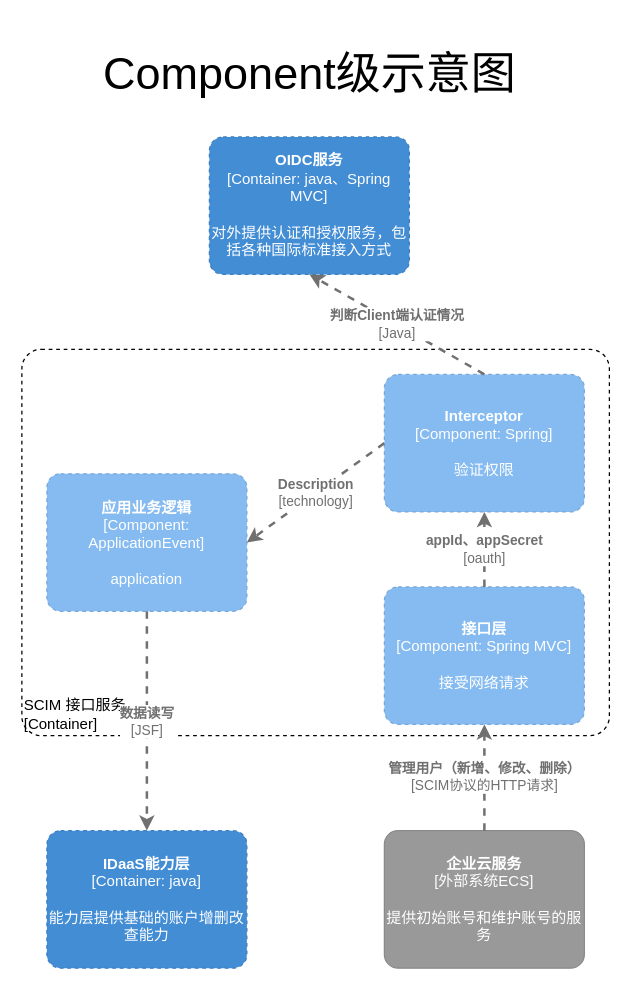
MainListActivity/test keeps this draw.io diagram as page "SCIM服务" (3 of 3) of 账户同步.drawio. Above is the earlier version. Source tidied: cells renumbered, new cells numbered last; positions are measured from the earlier drawing's top-left corner, leaving out a move shared by most shapes. Both pictures are drawn from the tidied source at 125%, with x=0, y=0 at pixel (21, 21).
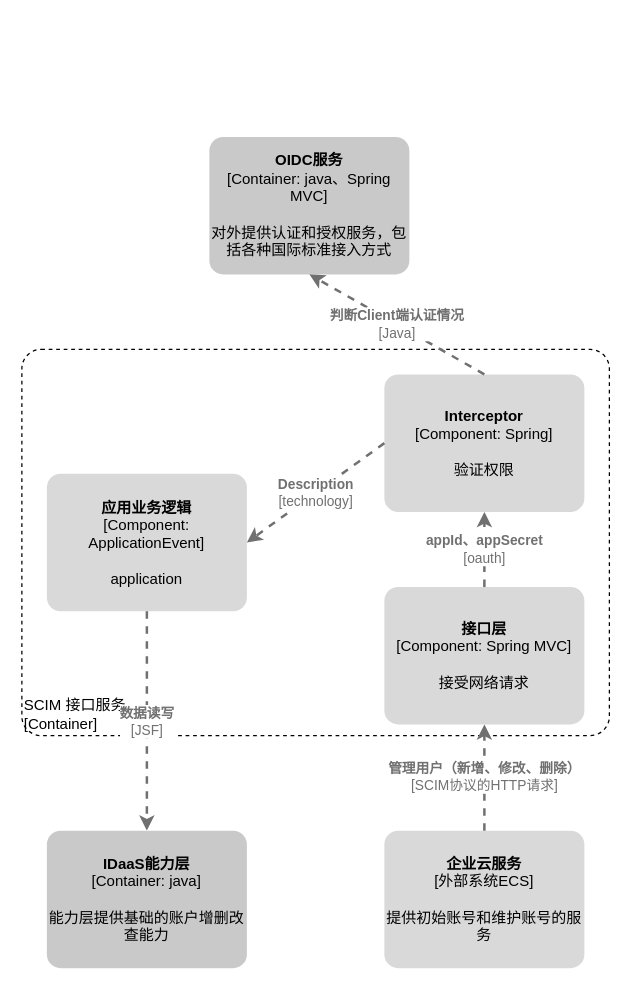
The same diagram, later.

Diff of the diagram source:
```diff
@@
     <object id="2" label="&lt;div style=&quot;text-align: left&quot;&gt;%c4Name%&lt;/div&gt;&lt;div style=&quot;text-align: left&quot;&gt;[%c4Application%]&lt;/div&gt;" c4Application="Container" c4Name="SCIM 接口服务" placeholders="1">
-      <mxCell style="rounded=1;whiteSpace=wrap;html=1;labelBackgroundColor=none;fontColor=#000000;align=left;arcSize=5;strokeColor=#000000;verticalAlign=bottom;metaData={&quot;c4Type&quot;:{&quot;editable&quot;:false}};glass=0;dashed=1;sketch=0;fillColor=none;" parent="1" vertex="1">
+      <mxCell style="rounded=1;whiteSpace=wrap;html=1;labelBackgroundColor=none;fontColor=#000000;align=left;arcSize=5;strokeColor=#000000;verticalAlign=bottom;metaData={&quot;c4Type&quot;:{&quot;editable&quot;:false}};glass=0;dashed=1;sketch=0;fillColor=none;fontFamily=京东朗正体;" parent="1" vertex="1">
         <mxGeometry y="262" width="470" height="309" as="geometry" />
       </mxCell>
     </object>
     <object id="3" label="&lt;b&gt;%c4Name%&lt;/b&gt;&lt;div&gt;[%c4Type%]&lt;/div&gt;&lt;br&gt;&lt;div&gt;%c4Description%&lt;/div&gt;" c4Description="提供初始账号和维护账号的服务" c4Name="企业云服务" c4Type="外部系统ECS" placeholders="1">
-      <mxCell style="rounded=1;whiteSpace=wrap;html=1;labelBackgroundColor=none;fillColor=#999999;fontColor=#ffffff;align=center;arcSize=10;strokeColor=#8A8A8A;metaData={&quot;c4Type&quot;:{&quot;editable&quot;:false}};points=[[0.25,0,0],[0.5,0,0],[0.75,0,0],[1,0.25,0],[1,0.5,0],[1,0.75,0],[0.75,1,0],[0.5,1,0],[0.25,1,0],[0,0.75,0],[0,0.5,0],[0,0.25,0]];" parent="1" vertex="1">
+      <mxCell style="rounded=1;whiteSpace=wrap;html=1;labelBackgroundColor=none;fillColor=#D9D9D9;fontColor=#000000;align=center;arcSize=10;strokeColor=none;metaData={&quot;c4Type&quot;:{&quot;editable&quot;:false}};points=[[0.25,0,0],[0.5,0,0],[0.75,0,0],[1,0.25,0],[1,0.5,0],[1,0.75,0],[0.75,1,0],[0.5,1,0],[0.25,1,0],[0,0.75,0],[0,0.5,0],[0,0.25,0]];fontFamily=京东朗正体;" parent="1" vertex="1">
         <mxGeometry x="290" y="647" width="160" height="110" as="geometry" />
       </mxCell>
     </object>
     <object id="4" label="&lt;b&gt;%c4Name%&lt;/b&gt;&lt;div&gt;[%c4Type%: %c4Technology%]&lt;/div&gt;&lt;br&gt;&lt;div&gt;%c4Description%&lt;/div&gt;" c4Description="对外提供认证和授权服务，包括各种国际标准接入方式" c4Name="OIDC服务" c4Technology="java、Spring MVC" c4Type="Container" placeholders="1">
-      <mxCell style="rounded=1;whiteSpace=wrap;html=1;labelBackgroundColor=none;fillColor=#438DD5;fontColor=#ffffff;align=center;arcSize=10;strokeColor=#3C7FC0;metaData={&quot;c4Type&quot;:{&quot;editable&quot;:false}};points=[[0.25,0,0],[0.5,0,0],[0.75,0,0],[1,0.25,0],[1,0.5,0],[1,0.75,0],[0.75,1,0],[0.5,1,0],[0.25,1,0],[0,0.75,0],[0,0.5,0],[0,0.25,0]];dashed=1;sketch=0;" parent="1" vertex="1">
+      <mxCell style="rounded=1;whiteSpace=wrap;html=1;labelBackgroundColor=none;fillColor=#C9C9C9;fontColor=#000000;align=center;arcSize=10;strokeColor=none;metaData={&quot;c4Type&quot;:{&quot;editable&quot;:false}};points=[[0.25,0,0],[0.5,0,0],[0.75,0,0],[1,0.25,0],[1,0.5,0],[1,0.75,0],[0.75,1,0],[0.5,1,0],[0.25,1,0],[0,0.75,0],[0,0.5,0],[0,0.25,0]];dashed=1;sketch=0;fontFamily=京东朗正体;" parent="1" vertex="1">
         <mxGeometry x="150" y="92" width="160" height="110" as="geometry" />
       </mxCell>
     </object>
     <object id="5" label="&lt;b&gt;%c4Name%&lt;/b&gt;&lt;div&gt;[%c4Type%: %c4Technology%]&lt;/div&gt;&lt;br&gt;&lt;div&gt;%c4Description%&lt;/div&gt;" c4Description="接受网络请求" c4Name="接口层" c4Technology="Spring MVC" c4Type="Component" placeholders="1">
-      <mxCell style="rounded=1;whiteSpace=wrap;html=1;labelBackgroundColor=none;fillColor=#85BBF0;fontColor=#ffffff;align=center;arcSize=10;strokeColor=#78A8D8;metaData={&quot;c4Type&quot;:{&quot;editable&quot;:false}};points=[[0.25,0,0],[0.5,0,0],[0.75,0,0],[1,0.25,0],[1,0.5,0],[1,0.75,0],[0.75,1,0],[0.5,1,0],[0.25,1,0],[0,0.75,0],[0,0.5,0],[0,0.25,0]];glass=0;dashed=1;sketch=0;" parent="1" vertex="1">
+      <mxCell style="rounded=1;whiteSpace=wrap;html=1;labelBackgroundColor=none;fillColor=#D9D9D9;fontColor=#000000;align=center;arcSize=10;strokeColor=none;metaData={&quot;c4Type&quot;:{&quot;editable&quot;:false}};points=[[0.25,0,0],[0.5,0,0],[0.75,0,0],[1,0.25,0],[1,0.5,0],[1,0.75,0],[0.75,1,0],[0.5,1,0],[0.25,1,0],[0,0.75,0],[0,0.5,0],[0,0.25,0]];glass=0;dashed=1;sketch=0;fontFamily=京东朗正体;" parent="1" vertex="1">
         <mxGeometry x="290" y="452" width="160" height="110" as="geometry" />
       </mxCell>
     </object>
     <object id="6" label="&lt;div style=&quot;text-align: left&quot;&gt;&lt;div style=&quot;text-align: center&quot;&gt;&lt;b&gt;%c4Description%&lt;/b&gt;&lt;/div&gt;&lt;div style=&quot;text-align: center&quot;&gt;[%c4Technology%]&lt;/div&gt;&lt;/div&gt;" c4Description="管理用户（新增、修改、删除）" c4Technology="SCIM协议的HTTP请求" placeholders="1">
-      <mxCell style="edgeStyle=none;rounded=0;html=1;entryX=0.5;entryY=1;jettySize=auto;strokeColor=#707070;strokeWidth=2;fontColor=#707070;jumpStyle=none;dashed=1;metaData={&quot;c4Type&quot;:{&quot;editable&quot;:false}};exitX=0.5;exitY=0;exitDx=0;exitDy=0;exitPerimeter=0;entryDx=0;entryDy=0;entryPerimeter=0;" parent="1" edge="1" source="3" target="5">
+      <mxCell style="edgeStyle=none;rounded=0;html=1;entryX=0.5;entryY=1;jettySize=auto;strokeColor=#707070;strokeWidth=2;fontColor=#707070;jumpStyle=none;dashed=1;metaData={&quot;c4Type&quot;:{&quot;editable&quot;:false}};exitX=0.5;exitY=0;exitDx=0;exitDy=0;exitPerimeter=0;entryDx=0;entryDy=0;entryPerimeter=0;fontFamily=京东朗正体;" parent="1" edge="1" source="3" target="5">
         <mxGeometry relative="1" as="geometry" />
       </mxCell>
     </object>
     <object id="7" label="&lt;b&gt;%c4Name%&lt;/b&gt;&lt;div&gt;[%c4Type%: %c4Technology%]&lt;/div&gt;&lt;br&gt;&lt;div&gt;%c4Description%&lt;/div&gt;" c4Description="验证权限" c4Name="Interceptor" c4Technology="Spring" c4Type="Component" placeholders="1">
-      <mxCell style="rounded=1;whiteSpace=wrap;html=1;labelBackgroundColor=none;fillColor=#85BBF0;fontColor=#ffffff;align=center;arcSize=10;strokeColor=#78A8D8;metaData={&quot;c4Type&quot;:{&quot;editable&quot;:false}};points=[[0.25,0,0],[0.5,0,0],[0.75,0,0],[1,0.25,0],[1,0.5,0],[1,0.75,0],[0.75,1,0],[0.5,1,0],[0.25,1,0],[0,0.75,0],[0,0.5,0],[0,0.25,0]];glass=0;dashed=1;sketch=0;" parent="1" vertex="1">
+      <mxCell style="rounded=1;whiteSpace=wrap;html=1;labelBackgroundColor=none;fillColor=#D9D9D9;fontColor=#000000;align=center;arcSize=10;strokeColor=none;metaData={&quot;c4Type&quot;:{&quot;editable&quot;:false}};points=[[0.25,0,0],[0.5,0,0],[0.75,0,0],[1,0.25,0],[1,0.5,0],[1,0.75,0],[0.75,1,0],[0.5,1,0],[0.25,1,0],[0,0.75,0],[0,0.5,0],[0,0.25,0]];glass=0;dashed=1;sketch=0;fontFamily=京东朗正体;" parent="1" vertex="1">
         <mxGeometry x="290" y="282" width="160" height="110" as="geometry" />
       </mxCell>
     </object>
     <object id="8" label="&lt;div style=&quot;text-align: left&quot;&gt;&lt;div style=&quot;text-align: center&quot;&gt;&lt;b&gt;%c4Description%&lt;/b&gt;&lt;/div&gt;&lt;div style=&quot;text-align: center&quot;&gt;[%c4Technology%]&lt;/div&gt;&lt;/div&gt;" c4Description="appId、appSecret" c4Technology="oauth" placeholders="1">
-      <mxCell style="edgeStyle=none;rounded=0;html=1;entryX=0.5;entryY=1;jettySize=auto;strokeColor=#707070;strokeWidth=2;fontColor=#707070;jumpStyle=none;dashed=1;metaData={&quot;c4Type&quot;:{&quot;editable&quot;:false}};exitX=0.5;exitY=0;exitDx=0;exitDy=0;exitPerimeter=0;entryDx=0;entryDy=0;entryPerimeter=0;" parent="1" edge="1" source="5" target="7">
+      <mxCell style="edgeStyle=none;rounded=0;html=1;entryX=0.5;entryY=1;jettySize=auto;strokeColor=#707070;strokeWidth=2;fontColor=#707070;jumpStyle=none;dashed=1;metaData={&quot;c4Type&quot;:{&quot;editable&quot;:false}};exitX=0.5;exitY=0;exitDx=0;exitDy=0;exitPerimeter=0;entryDx=0;entryDy=0;entryPerimeter=0;fontFamily=京东朗正体;" parent="1" edge="1" source="5" target="7">
         <mxGeometry relative="1" as="geometry" />
       </mxCell>
     </object>
     <object id="9" label="&lt;div style=&quot;text-align: left&quot;&gt;&lt;div style=&quot;text-align: center&quot;&gt;&lt;b&gt;%c4Description%&lt;/b&gt;&lt;/div&gt;&lt;div style=&quot;text-align: center&quot;&gt;[%c4Technology%]&lt;/div&gt;&lt;/div&gt;" c4Description="判断Client端认证情况" c4Technology="Java" placeholders="1">
-      <mxCell style="edgeStyle=none;rounded=0;html=1;entryX=0.5;entryY=1;jettySize=auto;strokeColor=#707070;strokeWidth=2;fontColor=#707070;jumpStyle=none;dashed=1;metaData={&quot;c4Type&quot;:{&quot;editable&quot;:false}};exitX=0.5;exitY=0;exitDx=0;exitDy=0;exitPerimeter=0;entryDx=0;entryDy=0;entryPerimeter=0;" parent="1" edge="1" source="7" target="4">
+      <mxCell style="edgeStyle=none;rounded=0;html=1;entryX=0.5;entryY=1;jettySize=auto;strokeColor=#707070;strokeWidth=2;fontColor=#707070;jumpStyle=none;dashed=1;metaData={&quot;c4Type&quot;:{&quot;editable&quot;:false}};exitX=0.5;exitY=0;exitDx=0;exitDy=0;exitPerimeter=0;entryDx=0;entryDy=0;entryPerimeter=0;fontFamily=京东朗正体;" parent="1" edge="1" source="7" target="4">
         <mxGeometry relative="1" as="geometry" />
       </mxCell>
     </object>
     <object id="10" label="&lt;b&gt;%c4Name%&lt;/b&gt;&lt;div&gt;[%c4Type%: %c4Technology%]&lt;/div&gt;&lt;br&gt;&lt;div&gt;%c4Description%&lt;/div&gt;" c4Description="application" c4Name="应用业务逻辑" c4Technology="ApplicationEvent" c4Type="Component" placeholders="1">
-      <mxCell style="rounded=1;whiteSpace=wrap;html=1;labelBackgroundColor=none;fillColor=#85BBF0;fontColor=#ffffff;align=center;arcSize=10;strokeColor=#78A8D8;metaData={&quot;c4Type&quot;:{&quot;editable&quot;:false}};points=[[0.25,0,0],[0.5,0,0],[0.75,0,0],[1,0.25,0],[1,0.5,0],[1,0.75,0],[0.75,1,0],[0.5,1,0],[0.25,1,0],[0,0.75,0],[0,0.5,0],[0,0.25,0]];glass=0;dashed=1;sketch=0;" parent="1" vertex="1">
+      <mxCell style="rounded=1;whiteSpace=wrap;html=1;labelBackgroundColor=none;fillColor=#D9D9D9;fontColor=#000000;align=center;arcSize=10;strokeColor=none;metaData={&quot;c4Type&quot;:{&quot;editable&quot;:false}};points=[[0.25,0,0],[0.5,0,0],[0.75,0,0],[1,0.25,0],[1,0.5,0],[1,0.75,0],[0.75,1,0],[0.5,1,0],[0.25,1,0],[0,0.75,0],[0,0.5,0],[0,0.25,0]];glass=0;dashed=1;sketch=0;fontFamily=京东朗正体;" parent="1" vertex="1">
         <mxGeometry x="20" y="361.5" width="160" height="110" as="geometry" />
       </mxCell>
     </object>
     <object id="11" label="&lt;div style=&quot;text-align: left&quot;&gt;&lt;div style=&quot;text-align: center&quot;&gt;&lt;b&gt;%c4Description%&lt;/b&gt;&lt;/div&gt;&lt;div style=&quot;text-align: center&quot;&gt;[%c4Technology%]&lt;/div&gt;&lt;/div&gt;" c4Description="Description" c4Technology="technology" placeholders="1">
-      <mxCell style="edgeStyle=none;rounded=0;html=1;entryX=1;entryY=0.5;jettySize=auto;strokeColor=#707070;strokeWidth=2;fontColor=#707070;jumpStyle=none;dashed=1;metaData={&quot;c4Type&quot;:{&quot;editable&quot;:false}};exitX=0;exitY=0.5;exitDx=0;exitDy=0;exitPerimeter=0;entryDx=0;entryDy=0;entryPerimeter=0;" parent="1" edge="1" source="7" target="10">
+      <mxCell style="edgeStyle=none;rounded=0;html=1;entryX=1;entryY=0.5;jettySize=auto;strokeColor=#707070;strokeWidth=2;fontColor=#707070;jumpStyle=none;dashed=1;metaData={&quot;c4Type&quot;:{&quot;editable&quot;:false}};exitX=0;exitY=0.5;exitDx=0;exitDy=0;exitPerimeter=0;entryDx=0;entryDy=0;entryPerimeter=0;fontFamily=京东朗正体;" parent="1" edge="1" source="7" target="10">
         <mxGeometry relative="1" as="geometry" />
       </mxCell>
     </object>
     <object id="12" label="&lt;div style=&quot;text-align: left&quot;&gt;&lt;div style=&quot;text-align: center&quot;&gt;&lt;b&gt;%c4Description%&lt;/b&gt;&lt;/div&gt;&lt;div style=&quot;text-align: center&quot;&gt;[%c4Technology%]&lt;/div&gt;&lt;/div&gt;" c4Description="数据读写" c4Technology="JSF" placeholders="1">
-      <mxCell style="edgeStyle=none;rounded=0;html=1;jettySize=auto;strokeColor=#707070;strokeWidth=2;fontColor=#707070;jumpStyle=none;dashed=1;metaData={&quot;c4Type&quot;:{&quot;editable&quot;:false}};exitX=0.5;exitY=1;exitDx=0;exitDy=0;exitPerimeter=0;entryX=0.5;entryY=0;entryDx=0;entryDy=0;entryPerimeter=0;" parent="1" edge="1" source="10" target="14">
+      <mxCell style="edgeStyle=none;rounded=0;html=1;jettySize=auto;strokeColor=#707070;strokeWidth=2;fontColor=#707070;jumpStyle=none;dashed=1;metaData={&quot;c4Type&quot;:{&quot;editable&quot;:false}};exitX=0.5;exitY=1;exitDx=0;exitDy=0;exitPerimeter=0;entryX=0.5;entryY=0;entryDx=0;entryDy=0;entryPerimeter=0;fontFamily=京东朗正体;" parent="1" edge="1" source="10" target="14">
         <mxGeometry relative="1" as="geometry" />
       </mxCell>
     </object>
-    <mxCell id="13" value="Component级示意图" style="text;html=1;strokeColor=none;fillColor=none;align=center;verticalAlign=middle;whiteSpace=wrap;rounded=0;glass=0;dashed=1;sketch=0;fontSize=36;" parent="1" vertex="1">
-      <mxGeometry x="37.5" width="385" height="82" as="geometry" />
-    </mxCell>
     <object id="14" label="&lt;b&gt;%c4Name%&lt;/b&gt;&lt;div&gt;[%c4Type%: %c4Technology%]&lt;/div&gt;&lt;br&gt;&lt;div&gt;%c4Description%&lt;/div&gt;" c4Description="能力层提供基础的账户增删改查能力" c4Name="IDaaS能力层" c4Technology="java" c4Type="Container" placeholders="1">
-      <mxCell style="rounded=1;whiteSpace=wrap;html=1;labelBackgroundColor=none;fillColor=#438DD5;fontColor=#ffffff;align=center;arcSize=10;strokeColor=#3C7FC0;metaData={&quot;c4Type&quot;:{&quot;editable&quot;:false}};points=[[0.25,0,0],[0.5,0,0],[0.75,0,0],[1,0.25,0],[1,0.5,0],[1,0.75,0],[0.75,1,0],[0.5,1,0],[0.25,1,0],[0,0.75,0],[0,0.5,0],[0,0.25,0]];glass=0;dashed=1;sketch=0;" parent="1" vertex="1">
+      <mxCell style="rounded=1;whiteSpace=wrap;html=1;labelBackgroundColor=none;fillColor=#C9C9C9;fontColor=#000000;align=center;arcSize=10;strokeColor=none;metaData={&quot;c4Type&quot;:{&quot;editable&quot;:false}};points=[[0.25,0,0],[0.5,0,0],[0.75,0,0],[1,0.25,0],[1,0.5,0],[1,0.75,0],[0.75,1,0],[0.5,1,0],[0.25,1,0],[0,0.75,0],[0,0.5,0],[0,0.25,0]];glass=0;dashed=1;sketch=0;fontFamily=京东朗正体;" parent="1" vertex="1">
         <mxGeometry x="20" y="647" width="160" height="110" as="geometry" />
       </mxCell>
     </object>
```
